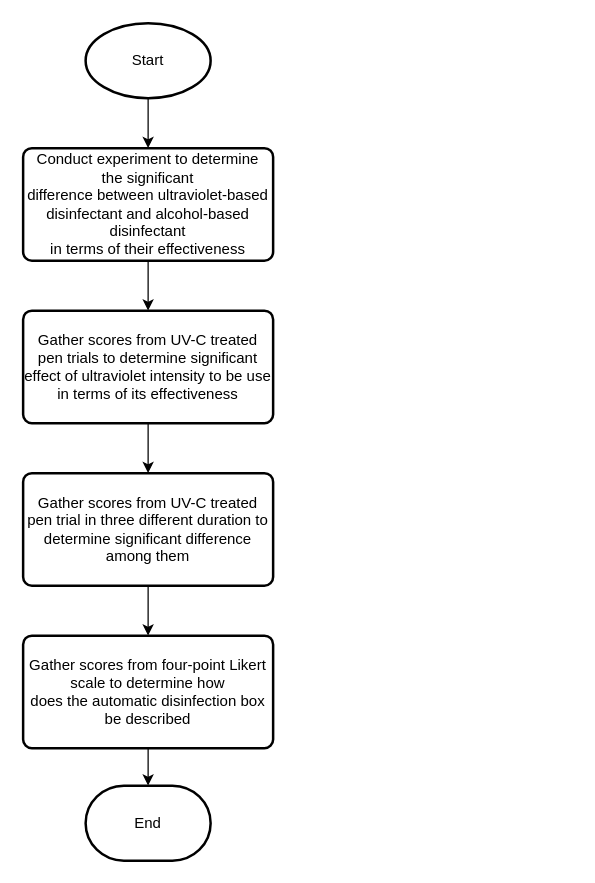
The draw.io diagram March 3, 2022/Flowcharts/research design flowchart.drawio in MMSaralde/Computer-Engineering-Practice-and-Design-2, before the edit. Source tidied: cells renumbered, new cells numbered last; positions are measured from the earlier drawing's top-left corner, leaving out a move shared by most shapes. Both pictures are drawn from the tidied source at 125%, with x=0, y=0 at pixel (22, 22).
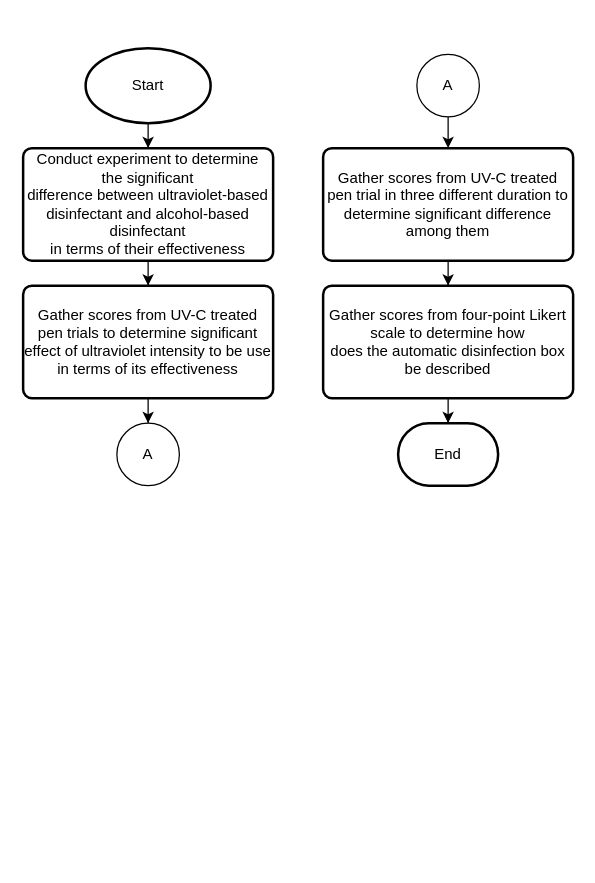
After the change.

Diff of the diagram source:
```diff
@@
 <mxGraphModel>
   <root>
     <mxCell id="0" />
     <mxCell id="1" parent="0" />
     <mxCell id="2" style="edgeStyle=orthogonalEdgeStyle;rounded=0;jettySize=auto;html=1;fontSize=12;" parent="1" edge="1" source="3" target="5">
       <mxGeometry relative="1" as="geometry" />
     </mxCell>
     <mxCell id="3" value="Start" style="strokeWidth=2;html=1;shape=mxgraph.flowchart.start_1;whiteSpace=wrap;align=center;" parent="1" vertex="1">
-      <mxGeometry x="50" width="100" height="60" as="geometry" />
+      <mxGeometry x="50" y="20" width="100" height="60" as="geometry" />
     </mxCell>
-    <mxCell id="4" style="edgeStyle=orthogonalEdgeStyle;rounded=0;jettySize=auto;html=1;fontSize=12;" parent="1" edge="1" source="5" target="7">
+    <mxCell id="4" style="edgeStyle=orthogonalEdgeStyle;rounded=0;jettySize=auto;html=1;" parent="1" edge="1" source="5" target="7">
       <mxGeometry relative="1" as="geometry" />
     </mxCell>
     <mxCell id="5" value="&lt;font style=&quot;font-size: 12px;&quot;&gt;Conduct experiment to determine the&amp;nbsp;&lt;span style=&quot;font-family: Arial, sans-serif;&quot; lang=&quot;EN-US&quot;&gt;significant&lt;br&gt;difference between ultraviolet-based disinfectant and alcohol-based disinfectant&lt;br&gt;in terms of their effectiveness&lt;/span&gt;&lt;/font&gt;" style="rounded=1;whiteSpace=wrap;html=1;absoluteArcSize=1;arcSize=14;strokeWidth=2;align=center;" parent="1" vertex="1">
       <mxGeometry y="100" width="200" height="90" as="geometry" />
     </mxCell>
-    <mxCell id="6" style="edgeStyle=orthogonalEdgeStyle;rounded=0;jettySize=auto;html=1;fontSize=12;" parent="1" edge="1" source="7" target="9">
-      <mxGeometry relative="1" as="geometry" />
-    </mxCell>
-    <mxCell id="7" value="&lt;font style=&quot;font-size: 12px;&quot;&gt;Gather scores from UV-C treated pen trials to determine&amp;nbsp;&lt;span style=&quot;font-family: Arial, sans-serif;&quot; lang=&quot;EN-US&quot;&gt;significant&lt;br&gt;effect of ultraviolet intensity to be use in terms of its effectiveness&lt;/span&gt;&lt;/font&gt;" style="rounded=1;whiteSpace=wrap;html=1;absoluteArcSize=1;arcSize=14;strokeWidth=2;fontSize=12;align=center;" parent="1" vertex="1">
-      <mxGeometry y="230" width="200" height="90" as="geometry" />
-    </mxCell>
-    <mxCell id="8" style="edgeStyle=orthogonalEdgeStyle;rounded=0;jettySize=auto;html=1;fontSize=12;" parent="1" edge="1" source="9" target="11">
+    <mxCell id="8" style="edgeStyle=orthogonalEdgeStyle;rounded=0;jettySize=auto;html=1;" parent="1" edge="1" source="9" target="11">
       <mxGeometry relative="1" as="geometry" />
     </mxCell>
     <mxCell id="9" value="Gather scores from UV-C treated pen trial in three different duration to determine significant difference among them" style="rounded=1;whiteSpace=wrap;html=1;absoluteArcSize=1;arcSize=14;strokeWidth=2;fontSize=12;align=center;" parent="1" vertex="1">
-      <mxGeometry y="360" width="200" height="90" as="geometry" />
+      <mxGeometry x="240" y="100" width="200" height="90" as="geometry" />
     </mxCell>
+    <mxCell id="12" value="End" style="strokeWidth=2;html=1;shape=mxgraph.flowchart.terminator;whiteSpace=wrap;fontSize=12;align=center;" parent="1" vertex="1">
+      <mxGeometry x="300" y="320" width="80" height="50" as="geometry" />
+    </mxCell>
+    <mxCell id="13" value="A" style="ellipse;whiteSpace=wrap;html=1;" parent="1" vertex="1">
+      <mxGeometry x="75" y="320" width="50" height="50" as="geometry" />
+    </mxCell>
+    <mxCell id="14" style="edgeStyle=orthogonalEdgeStyle;rounded=0;jettySize=auto;html=1;" parent="1" edge="1" source="7" target="13">
+      <mxGeometry relative="1" as="geometry" />
+    </mxCell>
+    <mxCell id="7" value="&lt;font style=&quot;font-size: 12px;&quot;&gt;Gather scores from UV-C treated pen trials to determine&amp;nbsp;&lt;span style=&quot;font-family: Arial, sans-serif;&quot; lang=&quot;EN-US&quot;&gt;significant&lt;br&gt;effect of ultraviolet intensity to be use in terms of its effectiveness&lt;/span&gt;&lt;/font&gt;" style="rounded=1;whiteSpace=wrap;html=1;absoluteArcSize=1;arcSize=14;strokeWidth=2;fontSize=12;align=center;" parent="1" vertex="1">
+      <mxGeometry y="210" width="200" height="90" as="geometry" />
+    </mxCell>
-    <mxCell id="10" style="edgeStyle=orthogonalEdgeStyle;rounded=0;jettySize=auto;html=1;fontSize=12;" parent="1" edge="1" source="11" target="12">
+    <mxCell id="10" style="edgeStyle=orthogonalEdgeStyle;rounded=0;jettySize=auto;html=1;" parent="1" edge="1" source="11" target="12">
       <mxGeometry relative="1" as="geometry" />
     </mxCell>
     <mxCell id="11" value="Gather scores from four-point Likert scale to determine h&lt;span lang=&quot;EN-US&quot;&gt;ow&lt;br&gt;does the automatic disinfection box be described&lt;/span&gt;" style="rounded=1;whiteSpace=wrap;html=1;absoluteArcSize=1;arcSize=14;strokeWidth=2;fontSize=12;align=center;" parent="1" vertex="1">
-      <mxGeometry y="490" width="200" height="90" as="geometry" />
+      <mxGeometry x="240" y="210" width="200" height="90" as="geometry" />
     </mxCell>
-    <mxCell id="12" value="End" style="strokeWidth=2;html=1;shape=mxgraph.flowchart.terminator;whiteSpace=wrap;fontSize=12;align=center;" parent="1" vertex="1">
-      <mxGeometry x="50" y="610" width="100" height="60" as="geometry" />
-    </mxCell>
+    <mxCell id="15" style="edgeStyle=orthogonalEdgeStyle;rounded=0;jettySize=auto;html=1;" parent="1" edge="1" source="16" target="9">
+      <mxGeometry relative="1" as="geometry" />
+    </mxCell>
+    <mxCell id="16" value="A" style="ellipse;whiteSpace=wrap;html=1;" parent="1" vertex="1">
+      <mxGeometry x="315" y="25" width="50" height="50" as="geometry" />
+    </mxCell>
   </root>
 </mxGraphModel>
```
